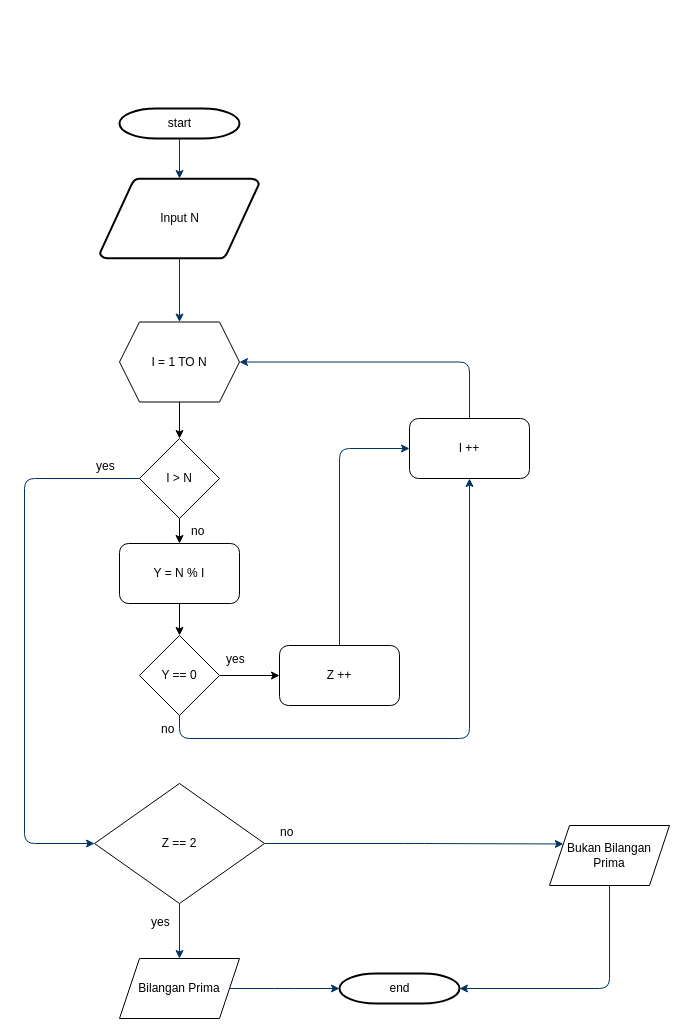
Earlier version of the draw.io diagram page "Prima" (1 of 2) of Day1/Day1.drawio (ikonsultandeveloper/Tugas). Source tidied: cells renumbered, new cells numbered last; positions are measured from the earlier drawing's top-left corner, leaving out a move shared by most shapes. Both pictures are drawn from the tidied source at 100%, with x=0, y=0 at pixel (24, 108).
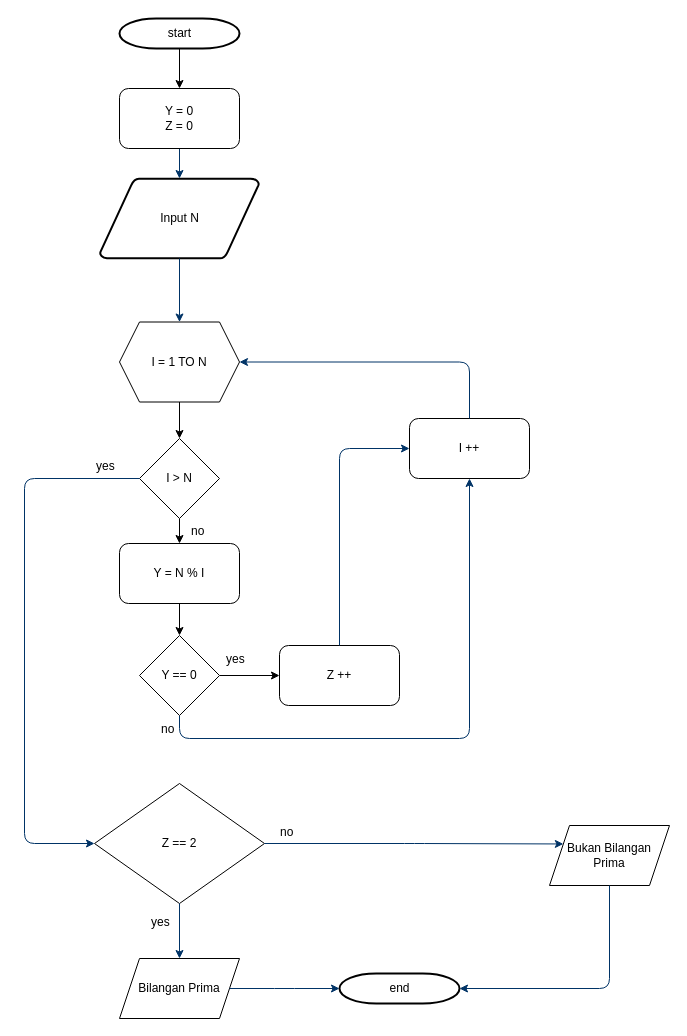
The same page after the edit.

The change refers to these unchanged cells:
```xml
<mxCell id="3" value="Input N" style="shape=mxgraph.flowchart.data;strokeWidth=2;gradientColor=none;gradientDirection=north;fontStyle=0;html=1;" parent="1" vertex="1">
  <mxGeometry x="75.5" y="70" width="159" height="80" as="geometry" />
</mxCell>
```

Change to the diagram source:
```diff
@@
+    <mxCell id="34" style="edgeStyle=orthogonalEdgeStyle;rounded=0;jettySize=auto;html=1;" parent="1" edge="1" source="2" target="35">
+      <mxGeometry relative="1" as="geometry" />
+    </mxCell>
     <mxCell id="2" value="start" style="shape=mxgraph.flowchart.terminator;strokeWidth=2;gradientColor=none;gradientDirection=north;fontStyle=0;html=1;" parent="1" vertex="1">
-      <mxGeometry x="95" width="120" height="30" as="geometry" />
+      <mxGeometry x="95" y="-90" width="120" height="30" as="geometry" />
     </mxCell>
@@
-    <mxCell id="4" style="fontStyle=1;strokeColor=#003366;strokeWidth=1;html=1;" parent="1" edge="1" source="2" target="3">
+    <mxCell id="4" style="fontStyle=1;strokeColor=#003366;strokeWidth=1;html=1;exitX=0.5;exitY=1;exitDx=0;exitDy=0;" parent="1" edge="1" source="35" target="3">
       <mxGeometry relative="1" as="geometry" />
     </mxCell>
@@
+    <mxCell id="35" value="Y = 0&lt;br&gt;Z = 0" style="rounded=1;whiteSpace=wrap;html=1;" parent="1" vertex="1">
+      <mxGeometry x="95" y="-20" width="120" height="60" as="geometry" />
+    </mxCell>
```
